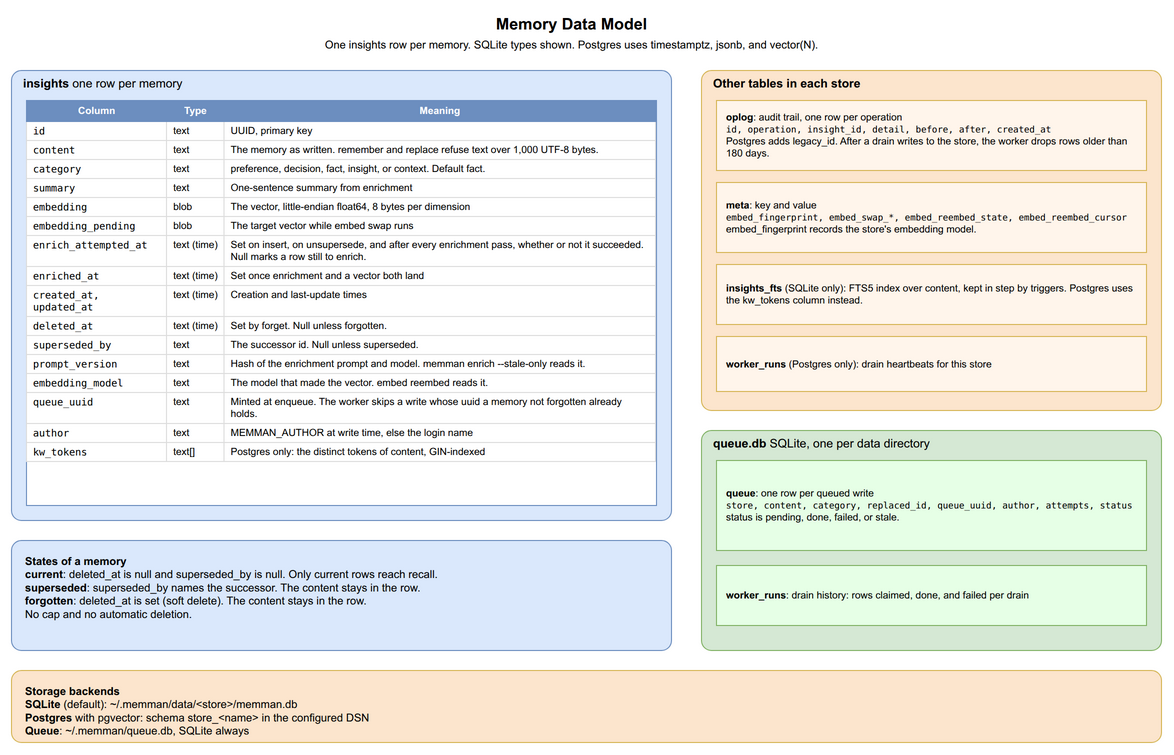
The draw.io diagram docs/diagrams/03-insight-datamodel.drawio.png in bissli/memman, before a commit. Source tidied: cells renumbered, new cells last; positions are measured from the earlier drawing's top-left corner, leaving out a move shared by most shapes.
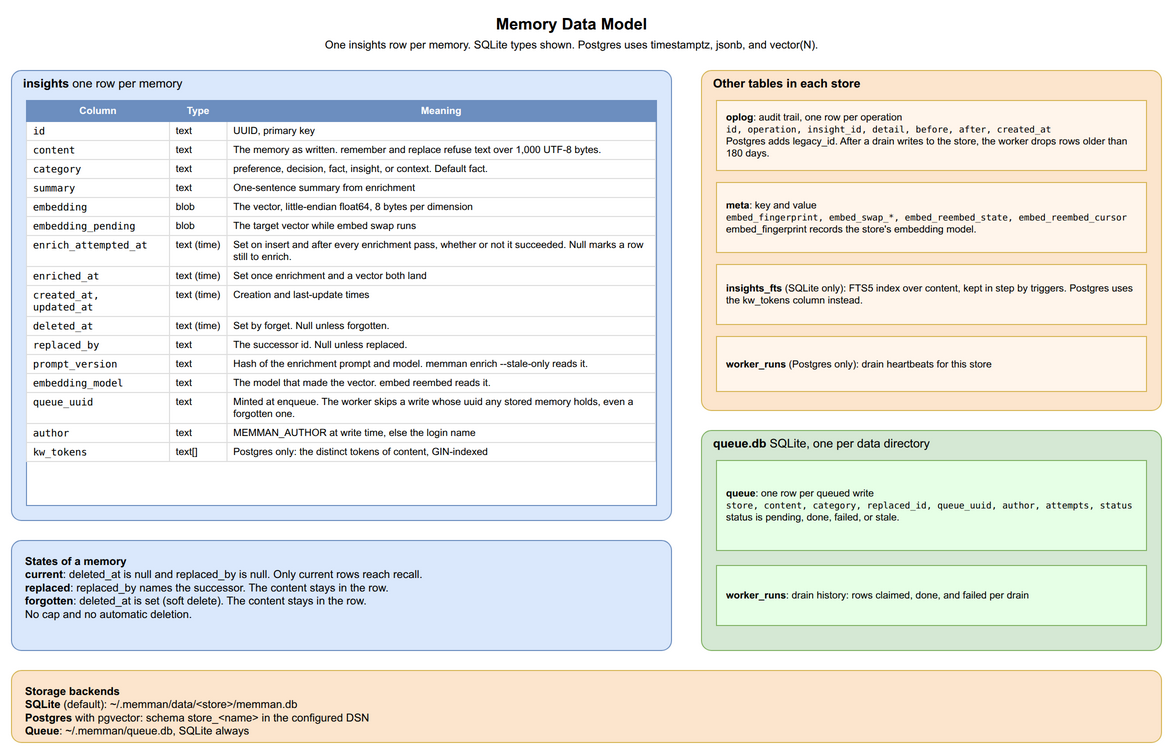
After the commit.

The edit, as a diff of the source:
```diff
@@ -8,10 +8,10 @@
     <mxCell id="3" value="&lt;b&gt;insights&lt;/b&gt;  one row per memory" style="rounded=1;absoluteArcSize=1;arcSize=20;whiteSpace=wrap;html=1;fillColor=#dae8fc;strokeColor=#6c8ebf;verticalAlign=top;align=left;spacingLeft=10;fontSize=12;" parent="1" vertex="1">
       <mxGeometry y="60" width="660" height="450" as="geometry" />
     </mxCell>
-    <mxCell id="4" value="&lt;table style=&quot;font-size:10px; border-collapse:collapse; width:100%&quot;&gt;&lt;tr style=&quot;background:#6c8ebf; color:white; font-weight:bold;&quot;&gt;&lt;td style=&quot;padding:4px 6px; border:1px solid #6c8ebf;&quot;&gt;Column&lt;/td&gt;&lt;td style=&quot;padding:4px 6px; border:1px solid #6c8ebf;&quot;&gt;Type&lt;/td&gt;&lt;td style=&quot;padding:4px 6px; border:1px solid #6c8ebf;&quot;&gt;Meaning&lt;/td&gt;&lt;/tr&gt;&lt;tr&gt;&lt;td style=&quot;padding:3px 6px; border:1px solid #ddd; vertical-align:top; text-align:left; font-family:monospace;&quot;&gt;id&lt;/td&gt;&lt;td style=&quot;padding:3px 6px; border:1px solid #ddd; vertical-align:top; text-align:left; white-space:nowrap;&quot;&gt;text&lt;/td&gt;&lt;td style=&quot;padding:3px 6px; border:1px solid #ddd; vertical-align:top; text-align:left;&quot;&gt;UUID, primary key&lt;/td&gt;&lt;/tr&gt;&lt;tr&gt;&lt;td style=&quot;padding:3px 6px; border:1px solid #ddd; vertical-align:top; text-align:left; font-family:monospace;&quot;&gt;content&lt;/td&gt;&lt;td style=&quot;padding:3px 6px; border:1px solid #ddd; vertical-align:top; text-align:left; white-space:nowrap;&quot;&gt;text&lt;/td&gt;&lt;td style=&quot;padding:3px 6px; border:1px solid #ddd; vertical-align:top; text-align:left;&quot;&gt;The memory as written. remember and replace refuse text over 1,000 UTF-8 bytes.&lt;/td&gt;&lt;/tr&gt;&lt;tr&gt;&lt;td style=&quot;padding:3px 6px; border:1px solid #ddd; vertical-align:top; text-align:left; font-family:monospace;&quot;&gt;category&lt;/td&gt;&lt;td style=&quot;padding:3px 6px; border:1px solid #ddd; vertical-align:top; text-align:left; white-space:nowrap;&quot;&gt;text&lt;/td&gt;&lt;td style=&quot;padding:3px 6px; border:1px solid #ddd; vertical-align:top; text-align:left;&quot;&gt;preference, decision, fact, insight, or context. Default fact.&lt;/td&gt;&lt;/tr&gt;&lt;tr&gt;&lt;td style=&quot;padding:3px 6px; border:1px solid #ddd; vertical-align:top; text-align:left; font-family:monospace;&quot;&gt;summary&lt;/td&gt;&lt;td style=&quot;padding:3px 6px; border:1px solid #ddd; vertical-align:top; text-align:left; white-space:nowrap;&quot;&gt;text&lt;/td&gt;&lt;td style=&quot;padding:3px 6px; border:1px solid #ddd; vertical-align:top; text-align:left;&quot;&gt;One-sentence summary from enrichment&lt;/td&gt;&lt;/tr&gt;&lt;tr&gt;&lt;td style=&quot;padding:3px 6px; border:1px solid #ddd; vertical-align:top; text-align:left; font-family:monospace;&quot;&gt;embedding&lt;/td&gt;&lt;td style=&quot;padding:3px 6px; border:1px solid #ddd; vertical-align:top; text-align:left; white-space:nowrap;&quot;&gt;blob&lt;/td&gt;&lt;td style=&quot;padding:3px 6px; border:1px solid #ddd; vertical-align:top; text-align:left;&quot;&gt;The vector, little-endian float64, 8 bytes per dimension&lt;/td&gt;&lt;/tr&gt;&lt;tr&gt;&lt;td style=&quot;padding:3px 6px; border:1px solid #ddd; vertical-align:top; text-align:left; font-family:monospace;&quot;&gt;embedding_pending&lt;/td&gt;&lt;td style=&quot;padding:3px 6px; border:1px solid #ddd; vertical-align:top; text-align:left; white-space:nowrap;&quot;&gt;blob&lt;/td&gt;&lt;td style=&quot;padding:3px 6px; border:1px solid #ddd; vertical-align:top; text-align:left;&quot;&gt;The target vector while embed swap runs&lt;/td&gt;&lt;/tr&gt;&lt;tr&gt;&lt;td style=&quot;padding:3px 6px; border:1px solid #ddd; vertical-align:top; text-align:left; font-family:monospace;&quot;&gt;enrich_attempted_at&lt;/td&gt;&lt;td style=&quot;padding:3px 6px; border:1px solid #ddd; vertical-align:top; text-align:left; white-space:nowrap;&quot;&gt;text (time)&lt;/td&gt;&lt;td style=&quot;padding:3px 6px; border:1px solid #ddd; vertical-align:top; text-align:left;&quot;&gt;Set on insert, on unsupersede, and after every enrichment pass, whether or not it succeeded. Null marks a row still to enrich.&lt;/td&gt;&lt;/tr&gt;&lt;tr&gt;&lt;td style=&quot;padding:3px 6px; border:1px solid #ddd; vertical-align:top; text-align:left; font-family:monospace;&quot;&gt;enriched_at&lt;/td&gt;&lt;td style=&quot;padding:3px 6px; border:1px solid #ddd; vertical-align:top; text-align:left; white-space:nowrap;&quot;&gt;text (time)&lt;/td&gt;&lt;td style=&quot;padding:3px 6px; border:1px solid #ddd; vertical-align:top; text-align:left;&quot;&gt;Set once enrichment and a vector both land&lt;/td&gt;&lt;/tr&gt;&lt;tr&gt;&lt;td style=&quot;padding:3px 6px; border:1px solid #ddd; vertical-align:top; text-align:left; font-family:monospace;&quot;&gt;created_at, updated_at&lt;/td&gt;&lt;td style=&quot;padding:3px 6px; border:1px solid #ddd; vertical-align:top; text-align:left; white-space:nowrap;&quot;&gt;text (time)&lt;/td&gt;&lt;td style=&quot;padding:3px 6px; border:1px solid #ddd; vertical-align:top; text-align:left;&quot;&gt;Creation and last-update times&lt;/td&gt;&lt;/tr&gt;&lt;tr&gt;&lt;td style=&quot;padding:3px 6px; border:1px solid #ddd; vertical-align:top; text-align:left; font-family:monospace;&quot;&gt;deleted_at&lt;/td&gt;&lt;td style=&quot;padding:3px 6px; border:1px solid #ddd; vertical-align:top; text-align:left; white-space:nowrap;&quot;&gt;text (time)&lt;/td&gt;&lt;td style=&quot;padding:3px 6px; border:1px solid #ddd; vertical-align:top; text-align:left;&quot;&gt;Set by forget. Null unless forgotten.&lt;/td&gt;&lt;/tr&gt;&lt;tr&gt;&lt;td style=&quot;padding:3px 6px; border:1px solid #ddd; vertical-align:top; text-align:left; font-family:monospace;&quot;&gt;superseded_by&lt;/td&gt;&lt;td style=&quot;padding:3px 6px; border:1px solid #ddd; vertical-align:top; text-align:left; white-space:nowrap;&quot;&gt;text&lt;/td&gt;&lt;td style=&quot;padding:3px 6px; border:1px solid #ddd; vertical-align:top; text-align:left;&quot;&gt;The successor id. Null unless superseded.&lt;/td&gt;&lt;/tr&gt;&lt;tr&gt;&lt;td style=&quot;padding:3px 6px; border:1px solid #ddd; vertical-align:top; text-align:left; font-family:monospace;&quot;&gt;prompt_version&lt;/td&gt;&lt;td style=&quot;padding:3px 6px; border:1px solid #ddd; vertical-align:top; text-align:left; white-space:nowrap;&quot;&gt;text&lt;/td&gt;&lt;td style=&quot;padding:3px 6px; border:1px solid #ddd; vertical-align:top; text-align:left;&quot;&gt;Hash of the enrichment prompt and model. memman enrich --stale-only reads it.&lt;/td&gt;&lt;/tr&gt;&lt;tr&gt;&lt;td style=&quot;padding:3px 6px; border:1px solid #ddd; vertical-align:top; text-align:left; font-family:monospace;&quot;&gt;embedding_model&lt;/td&gt;&lt;td style=&quot;padding:3px 6px; border:1px solid #ddd; vertical-align:top; text-align:left; white-space:nowrap;&quot;&gt;text&lt;/td&gt;&lt;td style=&quot;padding:3px 6px; border:1px solid #ddd; vertical-align:top; text-align:left;&quot;&gt;The model that made the vector. embed reembed reads it.&lt;/td&gt;&lt;/tr&gt;&lt;tr&gt;&lt;td style=&quot;padding:3px 6px; border:1px solid #ddd; vertical-align:top; text-align:left; font-family:monospace;&quot;&gt;queue_uuid&lt;/td&gt;&lt;td style=&quot;padding:3px 6px; border:1px solid #ddd; vertical-align:top; text-align:left; white-space:nowrap;&quot;&gt;text&lt;/td&gt;&lt;td style=&quot;padding:3px 6px; border:1px solid #ddd; vertical-align:top; text-align:left;&quot;&gt;Minted at enqueue. The worker skips a write whose uuid a memory not forgotten already holds.&lt;/td&gt;&lt;/tr&gt;&lt;tr&gt;&lt;td style=&quot;padding:3px 6px; border:1px solid #ddd; vertical-align:top; text-align:left; font-family:monospace;&quot;&gt;author&lt;/td&gt;&lt;td style=&quot;padding:3px 6px; border:1px solid #ddd; vertical-align:top; text-align:left; white-space:nowrap;&quot;&gt;text&lt;/td&gt;&lt;td style=&quot;padding:3px 6px; border:1px solid #ddd; vertical-align:top; text-align:left;&quot;&gt;MEMMAN_AUTHOR at write time, else the login name&lt;/td&gt;&lt;/tr&gt;&lt;tr&gt;&lt;td style=&quot;padding:3px 6px; border:1px solid #ddd; vertical-align:top; text-align:left; font-family:monospace;&quot;&gt;kw_tokens&lt;/td&gt;&lt;td style=&quot;padding:3px 6px; border:1px solid #ddd; vertical-align:top; text-align:left; white-space:nowrap;&quot;&gt;text[]&lt;/td&gt;&lt;td style=&quot;padding:3px 6px; border:1px solid #ddd; vertical-align:top; text-align:left;&quot;&gt;Postgres only: the distinct tokens of content, GIN-indexed&lt;/td&gt;&lt;/tr&gt;&lt;/table&gt;" style="rounded=0;whiteSpace=wrap;html=1;overflow=fill;fillColor=#ffffff;strokeColor=#6c8ebf;verticalAlign=top;" parent="1" vertex="1">
+    <mxCell id="4" value="&lt;table style=&quot;font-size:10px; border-collapse:collapse; width:100%&quot;&gt;&lt;tr style=&quot;background:#6c8ebf; color:white; font-weight:bold;&quot;&gt;&lt;td style=&quot;padding:4px 6px; border:1px solid #6c8ebf;&quot;&gt;Column&lt;/td&gt;&lt;td style=&quot;padding:4px 6px; border:1px solid #6c8ebf;&quot;&gt;Type&lt;/td&gt;&lt;td style=&quot;padding:4px 6px; border:1px solid #6c8ebf;&quot;&gt;Meaning&lt;/td&gt;&lt;/tr&gt;&lt;tr&gt;&lt;td style=&quot;padding:3px 6px; border:1px solid #ddd; vertical-align:top; text-align:left; font-family:monospace;&quot;&gt;id&lt;/td&gt;&lt;td style=&quot;padding:3px 6px; border:1px solid #ddd; vertical-align:top; text-align:left; white-space:nowrap;&quot;&gt;text&lt;/td&gt;&lt;td style=&quot;padding:3px 6px; border:1px solid #ddd; vertical-align:top; text-align:left;&quot;&gt;UUID, primary key&lt;/td&gt;&lt;/tr&gt;&lt;tr&gt;&lt;td style=&quot;padding:3px 6px; border:1px solid #ddd; vertical-align:top; text-align:left; font-family:monospace;&quot;&gt;content&lt;/td&gt;&lt;td style=&quot;padding:3px 6px; border:1px solid #ddd; vertical-align:top; text-align:left; white-space:nowrap;&quot;&gt;text&lt;/td&gt;&lt;td style=&quot;padding:3px 6px; border:1px solid #ddd; vertical-align:top; text-align:left;&quot;&gt;The memory as written. remember and replace refuse text over 1,000 UTF-8 bytes.&lt;/td&gt;&lt;/tr&gt;&lt;tr&gt;&lt;td style=&quot;padding:3px 6px; border:1px solid #ddd; vertical-align:top; text-align:left; font-family:monospace;&quot;&gt;category&lt;/td&gt;&lt;td style=&quot;padding:3px 6px; border:1px solid #ddd; vertical-align:top; text-align:left; white-space:nowrap;&quot;&gt;text&lt;/td&gt;&lt;td style=&quot;padding:3px 6px; border:1px solid #ddd; vertical-align:top; text-align:left;&quot;&gt;preference, decision, fact, insight, or context. Default fact.&lt;/td&gt;&lt;/tr&gt;&lt;tr&gt;&lt;td style=&quot;padding:3px 6px; border:1px solid #ddd; vertical-align:top; text-align:left; font-family:monospace;&quot;&gt;summary&lt;/td&gt;&lt;td style=&quot;padding:3px 6px; border:1px solid #ddd; vertical-align:top; text-align:left; white-space:nowrap;&quot;&gt;text&lt;/td&gt;&lt;td style=&quot;padding:3px 6px; border:1px solid #ddd; vertical-align:top; text-align:left;&quot;&gt;One-sentence summary from enrichment&lt;/td&gt;&lt;/tr&gt;&lt;tr&gt;&lt;td style=&quot;padding:3px 6px; border:1px solid #ddd; vertical-align:top; text-align:left; font-family:monospace;&quot;&gt;embedding&lt;/td&gt;&lt;td style=&quot;padding:3px 6px; border:1px solid #ddd; vertical-align:top; text-align:left; white-space:nowrap;&quot;&gt;blob&lt;/td&gt;&lt;td style=&quot;padding:3px 6px; border:1px solid #ddd; vertical-align:top; text-align:left;&quot;&gt;The vector, little-endian float64, 8 bytes per dimension&lt;/td&gt;&lt;/tr&gt;&lt;tr&gt;&lt;td style=&quot;padding:3px 6px; border:1px solid #ddd; vertical-align:top; text-align:left; font-family:monospace;&quot;&gt;embedding_pending&lt;/td&gt;&lt;td style=&quot;padding:3px 6px; border:1px solid #ddd; vertical-align:top; text-align:left; white-space:nowrap;&quot;&gt;blob&lt;/td&gt;&lt;td style=&quot;padding:3px 6px; border:1px solid #ddd; vertical-align:top; text-align:left;&quot;&gt;The target vector while embed swap runs&lt;/td&gt;&lt;/tr&gt;&lt;tr&gt;&lt;td style=&quot;padding:3px 6px; border:1px solid #ddd; vertical-align:top; text-align:left; font-family:monospace;&quot;&gt;enrich_attempted_at&lt;/td&gt;&lt;td style=&quot;padding:3px 6px; border:1px solid #ddd; vertical-align:top; text-align:left; white-space:nowrap;&quot;&gt;text (time)&lt;/td&gt;&lt;td style=&quot;padding:3px 6px; border:1px solid #ddd; vertical-align:top; text-align:left;&quot;&gt;Set on insert and after every enrichment pass, whether or not it succeeded. Null marks a row still to enrich.&lt;/td&gt;&lt;/tr&gt;&lt;tr&gt;&lt;td style=&quot;padding:3px 6px; border:1px solid #ddd; vertical-align:top; text-align:left; font-family:monospace;&quot;&gt;enriched_at&lt;/td&gt;&lt;td style=&quot;padding:3px 6px; border:1px solid #ddd; vertical-align:top; text-align:left; white-space:nowrap;&quot;&gt;text (time)&lt;/td&gt;&lt;td style=&quot;padding:3px 6px; border:1px solid #ddd; vertical-align:top; text-align:left;&quot;&gt;Set once enrichment and a vector both land&lt;/td&gt;&lt;/tr&gt;&lt;tr&gt;&lt;td style=&quot;padding:3px 6px; border:1px solid #ddd; vertical-align:top; text-align:left; font-family:monospace;&quot;&gt;created_at, updated_at&lt;/td&gt;&lt;td style=&quot;padding:3px 6px; border:1px solid #ddd; vertical-align:top; text-align:left; white-space:nowrap;&quot;&gt;text (time)&lt;/td&gt;&lt;td style=&quot;padding:3px 6px; border:1px solid #ddd; vertical-align:top; text-align:left;&quot;&gt;Creation and last-update times&lt;/td&gt;&lt;/tr&gt;&lt;tr&gt;&lt;td style=&quot;padding:3px 6px; border:1px solid #ddd; vertical-align:top; text-align:left; font-family:monospace;&quot;&gt;deleted_at&lt;/td&gt;&lt;td style=&quot;padding:3px 6px; border:1px solid #ddd; vertical-align:top; text-align:left; white-space:nowrap;&quot;&gt;text (time)&lt;/td&gt;&lt;td style=&quot;padding:3px 6px; border:1px solid #ddd; vertical-align:top; text-align:left;&quot;&gt;Set by forget. Null unless forgotten.&lt;/td&gt;&lt;/tr&gt;&lt;tr&gt;&lt;td style=&quot;padding:3px 6px; border:1px solid #ddd; vertical-align:top; text-align:left; font-family:monospace;&quot;&gt;replaced_by&lt;/td&gt;&lt;td style=&quot;padding:3px 6px; border:1px solid #ddd; vertical-align:top; text-align:left; white-space:nowrap;&quot;&gt;text&lt;/td&gt;&lt;td style=&quot;padding:3px 6px; border:1px solid #ddd; vertical-align:top; text-align:left;&quot;&gt;The successor id. Null unless replaced.&lt;/td&gt;&lt;/tr&gt;&lt;tr&gt;&lt;td style=&quot;padding:3px 6px; border:1px solid #ddd; vertical-align:top; text-align:left; font-family:monospace;&quot;&gt;prompt_version&lt;/td&gt;&lt;td style=&quot;padding:3px 6px; border:1px solid #ddd; vertical-align:top; text-align:left; white-space:nowrap;&quot;&gt;text&lt;/td&gt;&lt;td style=&quot;padding:3px 6px; border:1px solid #ddd; vertical-align:top; text-align:left;&quot;&gt;Hash of the enrichment prompt and model. memman enrich --stale-only reads it.&lt;/td&gt;&lt;/tr&gt;&lt;tr&gt;&lt;td style=&quot;padding:3px 6px; border:1px solid #ddd; vertical-align:top; text-align:left; font-family:monospace;&quot;&gt;embedding_model&lt;/td&gt;&lt;td style=&quot;padding:3px 6px; border:1px solid #ddd; vertical-align:top; text-align:left; white-space:nowrap;&quot;&gt;text&lt;/td&gt;&lt;td style=&quot;padding:3px 6px; border:1px solid #ddd; vertical-align:top; text-align:left;&quot;&gt;The model that made the vector. embed reembed reads it.&lt;/td&gt;&lt;/tr&gt;&lt;tr&gt;&lt;td style=&quot;padding:3px 6px; border:1px solid #ddd; vertical-align:top; text-align:left; font-family:monospace;&quot;&gt;queue_uuid&lt;/td&gt;&lt;td style=&quot;padding:3px 6px; border:1px solid #ddd; vertical-align:top; text-align:left; white-space:nowrap;&quot;&gt;text&lt;/td&gt;&lt;td style=&quot;padding:3px 6px; border:1px solid #ddd; vertical-align:top; text-align:left;&quot;&gt;Minted at enqueue. The worker skips a write whose uuid any stored memory holds, even a forgotten one.&lt;/td&gt;&lt;/tr&gt;&lt;tr&gt;&lt;td style=&quot;padding:3px 6px; border:1px solid #ddd; vertical-align:top; text-align:left; font-family:monospace;&quot;&gt;author&lt;/td&gt;&lt;td style=&quot;padding:3px 6px; border:1px solid #ddd; vertical-align:top; text-align:left; white-space:nowrap;&quot;&gt;text&lt;/td&gt;&lt;td style=&quot;padding:3px 6px; border:1px solid #ddd; vertical-align:top; text-align:left;&quot;&gt;MEMMAN_AUTHOR at write time, else the login name&lt;/td&gt;&lt;/tr&gt;&lt;tr&gt;&lt;td style=&quot;padding:3px 6px; border:1px solid #ddd; vertical-align:top; text-align:left; font-family:monospace;&quot;&gt;kw_tokens&lt;/td&gt;&lt;td style=&quot;padding:3px 6px; border:1px solid #ddd; vertical-align:top; text-align:left; white-space:nowrap;&quot;&gt;text[]&lt;/td&gt;&lt;td style=&quot;padding:3px 6px; border:1px solid #ddd; vertical-align:top; text-align:left;&quot;&gt;Postgres only: the distinct tokens of content, GIN-indexed&lt;/td&gt;&lt;/tr&gt;&lt;/table&gt;" style="rounded=0;whiteSpace=wrap;html=1;overflow=fill;fillColor=#ffffff;strokeColor=#6c8ebf;verticalAlign=top;" parent="1" vertex="1">
       <mxGeometry x="15" y="90" width="630" height="405" as="geometry" />
     </mxCell>
-    <mxCell id="5" value="&lt;b&gt;States of a memory&lt;/b&gt;&lt;br&gt;&lt;b&gt;current&lt;/b&gt;: deleted_at is null and superseded_by is null. Only current rows reach recall.&lt;br&gt;&lt;b&gt;superseded&lt;/b&gt;: superseded_by names the successor. The content stays in the row.&lt;br&gt;&lt;b&gt;forgotten&lt;/b&gt;: deleted_at is set (soft delete). The content stays in the row.&lt;br&gt;No cap and no automatic deletion." style="rounded=1;absoluteArcSize=1;arcSize=20;whiteSpace=wrap;html=1;fillColor=#dae8fc;strokeColor=#6c8ebf;fontSize=11;verticalAlign=top;align=left;spacingLeft=12;spacingTop=8;" parent="1" vertex="1">
+    <mxCell id="5" value="&lt;b&gt;States of a memory&lt;/b&gt;&lt;br&gt;&lt;b&gt;current&lt;/b&gt;: deleted_at is null and replaced_by is null. Only current rows reach recall.&lt;br&gt;&lt;b&gt;replaced&lt;/b&gt;: replaced_by names the successor. The content stays in the row.&lt;br&gt;&lt;b&gt;forgotten&lt;/b&gt;: deleted_at is set (soft delete). The content stays in the row.&lt;br&gt;No cap and no automatic deletion." style="rounded=1;absoluteArcSize=1;arcSize=20;whiteSpace=wrap;html=1;fillColor=#dae8fc;strokeColor=#6c8ebf;fontSize=11;verticalAlign=top;align=left;spacingLeft=12;spacingTop=8;" parent="1" vertex="1">
       <mxGeometry y="530" width="660" height="110" as="geometry" />
     </mxCell>
     <mxCell id="6" value="&lt;b&gt;Other tables in each store&lt;/b&gt;" style="rounded=1;whiteSpace=wrap;html=1;fillColor=#fce5cd;strokeColor=#d6b656;verticalAlign=top;absoluteArcSize=1;arcSize=20;align=left;spacingLeft=10;fontSize=12;" parent="1" vertex="1">
```
